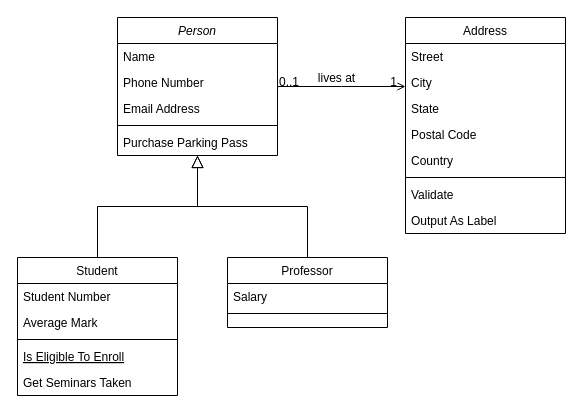
Earlier version of the draw.io diagram UML/Puzzle.drawio (rnoguer22/Entrega_por_Parejas_UML_Codigo). Source tidied: cells renumbered, new cells numbered last; positions are measured from the earlier drawing's top-left corner, leaving out a move shared by most shapes. Both pictures are drawn from the tidied source at 100%, with x=0, y=0 at pixel (17, 17).
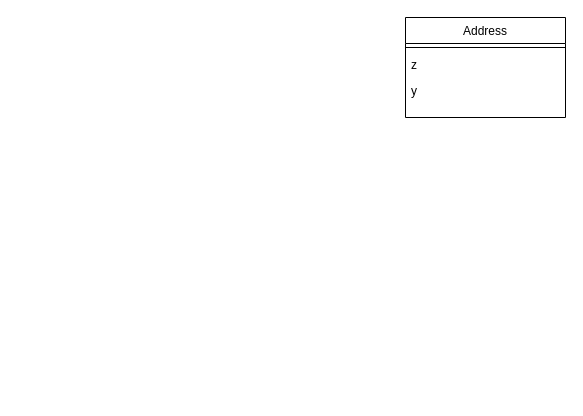
The same diagram, later.

Change to the diagram source:
```diff
@@
-    <mxCell id="2" value="Person" style="swimlane;fontStyle=2;align=center;verticalAlign=top;horizontal=1;startSize=26;rounded=0;shadow=0;strokeWidth=1;" parent="1" vertex="1">
-      <mxGeometry x="100" width="160" height="138" as="geometry" />
-    </mxCell>
-    <mxCell id="3" value="Name" style="text;align=left;verticalAlign=top;spacingLeft=4;spacingRight=4;overflow=hidden;" parent="2" vertex="1">
-      <mxGeometry y="26" width="160" height="26" as="geometry" />
-    </mxCell>
-    <mxCell id="4" value="Phone Number" style="text;align=left;verticalAlign=top;spacingLeft=4;spacingRight=4;overflow=hidden;rounded=0;shadow=0;html=0;" parent="2" vertex="1">
-      <mxGeometry y="52" width="160" height="26" as="geometry" />
-    </mxCell>
-    <mxCell id="5" value="Email Address" style="text;align=left;verticalAlign=top;spacingLeft=4;spacingRight=4;overflow=hidden;rounded=0;shadow=0;html=0;" parent="2" vertex="1">
-      <mxGeometry y="78" width="160" height="26" as="geometry" />
-    </mxCell>
-    <mxCell id="6" style="line;html=1;strokeWidth=1;align=left;verticalAlign=middle;spacingTop=-1;spacingLeft=3;spacingRight=3;labelPosition=right;" parent="2" vertex="1">
-      <mxGeometry y="104" width="160" height="8" as="geometry" />
-    </mxCell>
-    <mxCell id="7" value="Purchase Parking Pass" style="text;align=left;verticalAlign=top;spacingLeft=4;spacingRight=4;overflow=hidden;" parent="2" vertex="1">
-      <mxGeometry y="112" width="160" height="26" as="geometry" />
-    </mxCell>
-    <mxCell id="8" value="Student" style="swimlane;fontStyle=0;align=center;verticalAlign=top;horizontal=1;startSize=26;rounded=0;shadow=0;strokeWidth=1;" parent="1" vertex="1">
-      <mxGeometry y="240" width="160" height="138" as="geometry" />
-    </mxCell>
-    <mxCell id="9" value="Student Number" style="text;align=left;verticalAlign=top;spacingLeft=4;spacingRight=4;overflow=hidden;" parent="8" vertex="1">
-      <mxGeometry y="26" width="160" height="26" as="geometry" />
-    </mxCell>
-    <mxCell id="10" value="Average Mark" style="text;align=left;verticalAlign=top;spacingLeft=4;spacingRight=4;overflow=hidden;rounded=0;shadow=0;html=0;" parent="8" vertex="1">
-      <mxGeometry y="52" width="160" height="26" as="geometry" />
-    </mxCell>
-    <mxCell id="11" style="line;html=1;strokeWidth=1;align=left;verticalAlign=middle;spacingTop=-1;spacingLeft=3;spacingRight=3;labelPosition=right;" parent="8" vertex="1">
-      <mxGeometry y="78" width="160" height="8" as="geometry" />
-    </mxCell>
-    <mxCell id="12" value="Is Eligible To Enroll" style="text;align=left;verticalAlign=top;spacingLeft=4;spacingRight=4;overflow=hidden;fontStyle=4;" parent="8" vertex="1">
-      <mxGeometry y="86" width="160" height="26" as="geometry" />
-    </mxCell>
-    <mxCell id="13" value="Get Seminars Taken" style="text;align=left;verticalAlign=top;spacingLeft=4;spacingRight=4;overflow=hidden;" parent="8" vertex="1">
-      <mxGeometry y="112" width="160" height="26" as="geometry" />
-    </mxCell>
-    <mxCell id="14" style="endArrow=block;endSize=10;endFill=0;shadow=0;strokeWidth=1;rounded=0;edgeStyle=elbowEdgeStyle;elbow=vertical;" parent="1" edge="1" source="8" target="2">
-      <mxGeometry relative="1" as="geometry" />
-    </mxCell>
-    <mxCell id="15" value="Professor" style="swimlane;fontStyle=0;align=center;verticalAlign=top;horizontal=1;startSize=26;rounded=0;shadow=0;strokeWidth=1;" parent="1" vertex="1">
-      <mxGeometry x="210" y="240" width="160" height="70" as="geometry" />
-    </mxCell>
-    <mxCell id="16" value="Salary" style="text;align=left;verticalAlign=top;spacingLeft=4;spacingRight=4;overflow=hidden;" parent="15" vertex="1">
-      <mxGeometry y="26" width="160" height="26" as="geometry" />
-    </mxCell>
-    <mxCell id="17" style="line;html=1;strokeWidth=1;align=left;verticalAlign=middle;spacingTop=-1;spacingLeft=3;spacingRight=3;labelPosition=right;" parent="15" vertex="1">
-      <mxGeometry y="52" width="160" height="8" as="geometry" />
-    </mxCell>
-    <mxCell id="18" style="endArrow=block;endSize=10;endFill=0;shadow=0;strokeWidth=1;rounded=0;edgeStyle=elbowEdgeStyle;elbow=vertical;" parent="1" edge="1" source="15" target="2">
-      <mxGeometry relative="1" as="geometry" />
-    </mxCell>
     <mxCell id="19" value="Address" style="swimlane;fontStyle=0;align=center;verticalAlign=top;horizontal=1;startSize=26;rounded=0;shadow=0;strokeWidth=1;" parent="1" vertex="1">
-      <mxGeometry x="388" width="160" height="216" as="geometry" />
+      <mxGeometry x="388" width="160" height="100" as="geometry" />
     </mxCell>
-    <mxCell id="20" value="Street" style="text;align=left;verticalAlign=top;spacingLeft=4;spacingRight=4;overflow=hidden;" parent="19" vertex="1">
-      <mxGeometry y="26" width="160" height="26" as="geometry" />
-    </mxCell>
-    <mxCell id="21" value="City" style="text;align=left;verticalAlign=top;spacingLeft=4;spacingRight=4;overflow=hidden;rounded=0;shadow=0;html=0;" parent="19" vertex="1">
-      <mxGeometry y="52" width="160" height="26" as="geometry" />
-    </mxCell>
-    <mxCell id="22" value="State" style="text;align=left;verticalAlign=top;spacingLeft=4;spacingRight=4;overflow=hidden;rounded=0;shadow=0;html=0;" parent="19" vertex="1">
-      <mxGeometry y="78" width="160" height="26" as="geometry" />
-    </mxCell>
-    <mxCell id="23" value="Postal Code" style="text;align=left;verticalAlign=top;spacingLeft=4;spacingRight=4;overflow=hidden;rounded=0;shadow=0;html=0;" parent="19" vertex="1">
-      <mxGeometry y="104" width="160" height="26" as="geometry" />
-    </mxCell>
-    <mxCell id="24" value="Country" style="text;align=left;verticalAlign=top;spacingLeft=4;spacingRight=4;overflow=hidden;rounded=0;shadow=0;html=0;" parent="19" vertex="1">
-      <mxGeometry y="130" width="160" height="26" as="geometry" />
-    </mxCell>
     <mxCell id="25" style="line;html=1;strokeWidth=1;align=left;verticalAlign=middle;spacingTop=-1;spacingLeft=3;spacingRight=3;labelPosition=right;" parent="19" vertex="1">
-      <mxGeometry y="156" width="160" height="8" as="geometry" />
+      <mxGeometry y="26" width="160" height="8" as="geometry" />
     </mxCell>
-    <mxCell id="26" value="Validate" style="text;align=left;verticalAlign=top;spacingLeft=4;spacingRight=4;overflow=hidden;" parent="19" vertex="1">
-      <mxGeometry y="164" width="160" height="26" as="geometry" />
+    <mxCell id="26" value="z" style="text;align=left;verticalAlign=top;spacingLeft=4;spacingRight=4;overflow=hidden;" parent="19" vertex="1">
+      <mxGeometry y="34" width="160" height="26" as="geometry" />
     </mxCell>
-    <mxCell id="27" value="Output As Label" style="text;align=left;verticalAlign=top;spacingLeft=4;spacingRight=4;overflow=hidden;" parent="19" vertex="1">
-      <mxGeometry y="190" width="160" height="26" as="geometry" />
+    <mxCell id="27" value="y" style="text;align=left;verticalAlign=top;spacingLeft=4;spacingRight=4;overflow=hidden;" parent="19" vertex="1">
+      <mxGeometry y="60" width="160" height="26" as="geometry" />
     </mxCell>
-    <mxCell id="28" style="endArrow=open;shadow=0;strokeWidth=1;rounded=0;endFill=1;edgeStyle=elbowEdgeStyle;elbow=vertical;" parent="1" edge="1" source="2" target="19">
-      <mxGeometry x="0.5" y="41" relative="1" as="geometry">
-        <mxPoint x="-40" y="32" as="offset" />
-      </mxGeometry>
-    </mxCell>
-    <mxCell id="29" value="0..1" style="align=left;verticalAlign=bottom;labelBackgroundColor=none;fontSize=12;" parent="28" vertex="1">
-      <mxGeometry x="-1" relative="1" as="geometry">
-        <mxPoint y="4" as="offset" />
-      </mxGeometry>
-    </mxCell>
-    <mxCell id="30" value="1" style="align=right;verticalAlign=bottom;labelBackgroundColor=none;fontSize=12;" parent="28" vertex="1">
-      <mxGeometry x="1" relative="1" as="geometry">
-        <mxPoint x="-7" y="4" as="offset" />
-      </mxGeometry>
-    </mxCell>
-    <mxCell id="31" value="lives at" style="text;html=1;align=center;verticalAlign=middle;labelBackgroundColor=none;rounded=0;shadow=0;strokeWidth=1;fontSize=12;" parent="28" vertex="1">
-      <mxGeometry x="0.5" y="49" relative="1" as="geometry">
-        <mxPoint x="-38" y="40" as="offset" />
-      </mxGeometry>
-    </mxCell>
```
